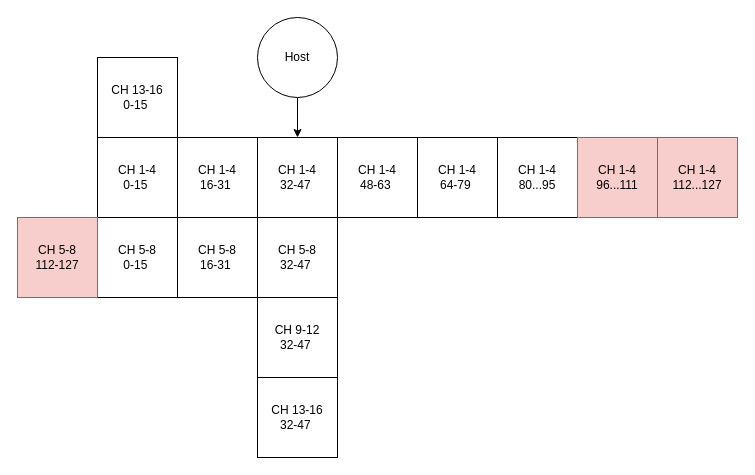
This is page "Midi Mapping" (6 of 7) of Documentation/FirmwareFlow.drawio from intechstudio/grid-fw, a draw.io file, before an edit. Source tidied: cells renumbered, new cells numbered last; positions are measured from the earlier drawing's top-left corner, leaving out a move shared by most shapes. Both pictures are drawn from the tidied source at 100%, with x=0, y=0 at pixel (17, 17).
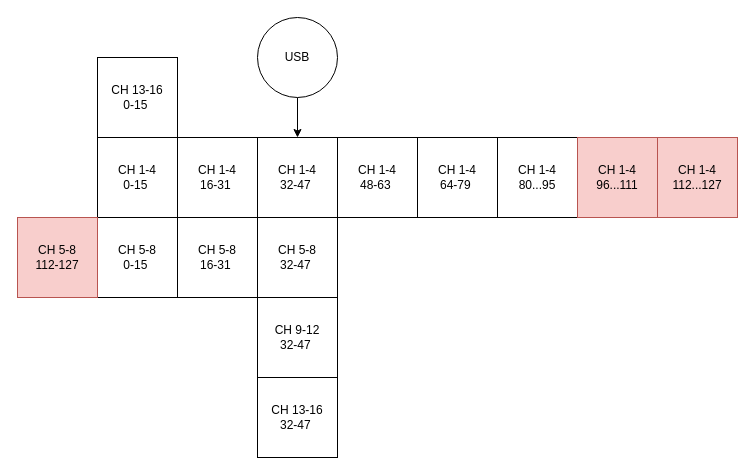
The same diagram, later.

What changed in the source:
```diff
@@
 <mxGraphModel>
   <root>
     <mxCell id="0" />
     <mxCell id="1" parent="0" />
     <mxCell id="2" style="edgeStyle=orthogonalEdgeStyle;rounded=0;jettySize=auto;html=1;exitX=0.5;exitY=1;exitDx=0;exitDy=0;entryX=0.5;entryY=0;entryDx=0;entryDy=0;" parent="1" edge="1" source="3" target="7">
       <mxGeometry relative="1" as="geometry" />
     </mxCell>
-    <mxCell id="3" value="Host" style="ellipse;whiteSpace=wrap;html=1;" parent="1" vertex="1">
+    <mxCell id="3" value="USB" style="ellipse;whiteSpace=wrap;html=1;" parent="1" vertex="1">
       <mxGeometry x="240" width="80" height="80" as="geometry" />
     </mxCell>
     <mxCell id="4" value="CH 1-4&lt;br&gt;64-79&amp;nbsp;" style="whiteSpace=wrap;html=1;" parent="1" vertex="1">
       <mxGeometry x="400" y="120" width="80" height="80" as="geometry" />
     </mxCell>
     <mxCell id="5" value="CH 1-4&lt;br&gt;80...95" style="whiteSpace=wrap;html=1;" parent="1" vertex="1">
       <mxGeometry x="480" y="120" width="80" height="80" as="geometry" />
     </mxCell>
     <mxCell id="6" value="CH 1-4&lt;br&gt;48-63&amp;nbsp;" style="whiteSpace=wrap;html=1;" parent="1" vertex="1">
       <mxGeometry x="320" y="120" width="80" height="80" as="geometry" />
     </mxCell>
     <mxCell id="7" value="CH 1-4&lt;br&gt;32-47&amp;nbsp;" style="whiteSpace=wrap;html=1;" parent="1" vertex="1">
       <mxGeometry x="240" y="120" width="80" height="80" as="geometry" />
     </mxCell>
     <mxCell id="8" value="CH 1-4&lt;br&gt;16-31&amp;nbsp;" style="whiteSpace=wrap;html=1;" parent="1" vertex="1">
       <mxGeometry x="160" y="120" width="80" height="80" as="geometry" />
     </mxCell>
     <mxCell id="9" value="CH 1-4&lt;br&gt;0-15&amp;nbsp;" style="whiteSpace=wrap;html=1;" parent="1" vertex="1">
       <mxGeometry x="80" y="120" width="80" height="80" as="geometry" />
     </mxCell>
     <mxCell id="10" value="CH 1-4&lt;br&gt;96...111" style="whiteSpace=wrap;html=1;fillColor=#f8cecc;strokeColor=#b85450;" parent="1" vertex="1">
       <mxGeometry x="560" y="120" width="80" height="80" as="geometry" />
     </mxCell>
     <mxCell id="11" value="CH 1-4&lt;br&gt;112...127" style="whiteSpace=wrap;html=1;fillColor=#f8cecc;strokeColor=#b85450;" parent="1" vertex="1">
       <mxGeometry x="640" y="120" width="80" height="80" as="geometry" />
     </mxCell>
     <mxCell id="12" value="CH 5-8&lt;br&gt;32-47&amp;nbsp;" style="whiteSpace=wrap;html=1;" parent="1" vertex="1">
       <mxGeometry x="240" y="200" width="80" height="80" as="geometry" />
     </mxCell>
     <mxCell id="13" value="CH 9-12&lt;br&gt;32-47&amp;nbsp;" style="whiteSpace=wrap;html=1;" parent="1" vertex="1">
       <mxGeometry x="240" y="280" width="80" height="80" as="geometry" />
     </mxCell>
     <mxCell id="14" value="CH 13-16&lt;br&gt;32-47&amp;nbsp;" style="whiteSpace=wrap;html=1;" parent="1" vertex="1">
       <mxGeometry x="240" y="360" width="80" height="80" as="geometry" />
     </mxCell>
     <mxCell id="15" value="CH 13-16&lt;br&gt;0-15&amp;nbsp;" style="whiteSpace=wrap;html=1;" parent="1" vertex="1">
       <mxGeometry x="80" y="40" width="80" height="80" as="geometry" />
     </mxCell>
     <mxCell id="16" value="CH 5-8&lt;br&gt;16-31&amp;nbsp;" style="whiteSpace=wrap;html=1;" parent="1" vertex="1">
       <mxGeometry x="160" y="200" width="80" height="80" as="geometry" />
     </mxCell>
     <mxCell id="17" value="CH 5-8&lt;br&gt;0-15&amp;nbsp;" style="whiteSpace=wrap;html=1;" parent="1" vertex="1">
       <mxGeometry x="80" y="200" width="80" height="80" as="geometry" />
     </mxCell>
     <mxCell id="18" value="CH 5-8&lt;br&gt;112-127 " style="whiteSpace=wrap;html=1;fillColor=#f8cecc;strokeColor=#b85450;" parent="1" vertex="1">
       <mxGeometry y="200" width="80" height="80" as="geometry" />
     </mxCell>
   </root>
 </mxGraphModel>
```
